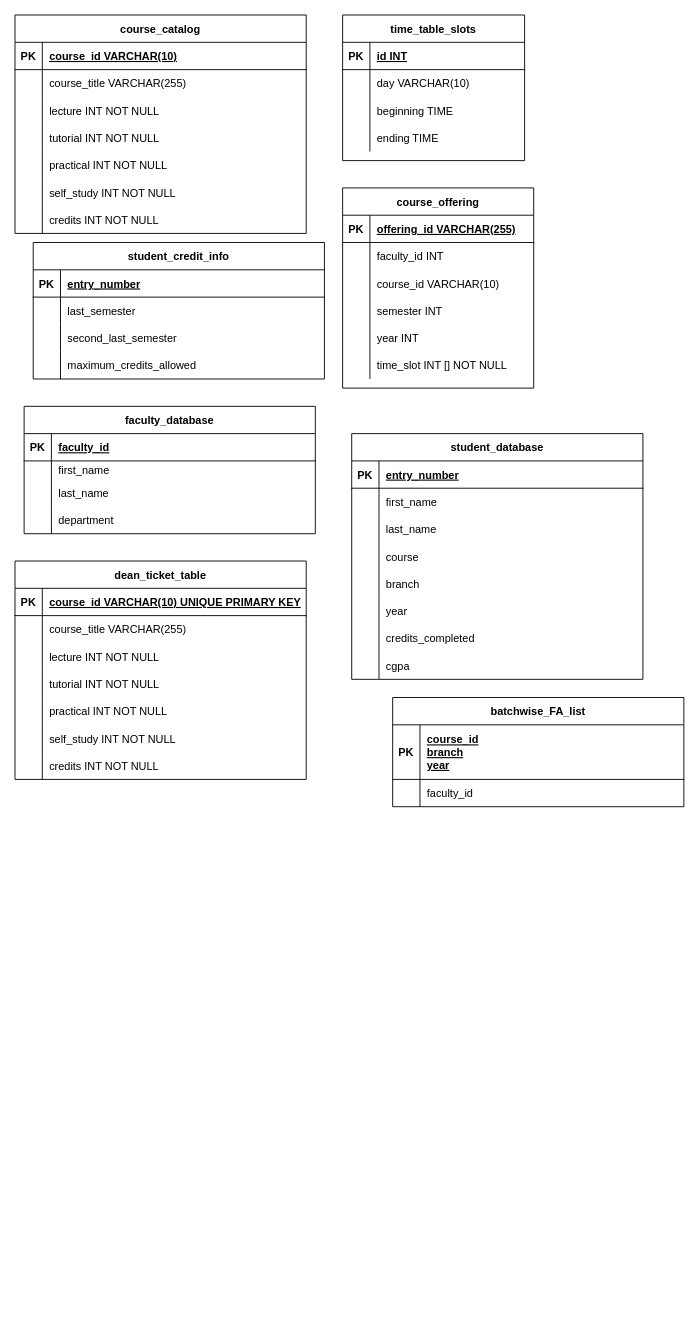
This is Untitled Diagram.drawio from MohitKumar18/AIMS-Clone, a draw.io file, before an edit. Source tidied: cells renumbered, new cells numbered last; positions are measured from the earlier drawing's top-left corner, leaving out a move shared by most shapes. Both pictures are drawn from the tidied source at 91%, with x=0, y=0 at pixel (15, 15).
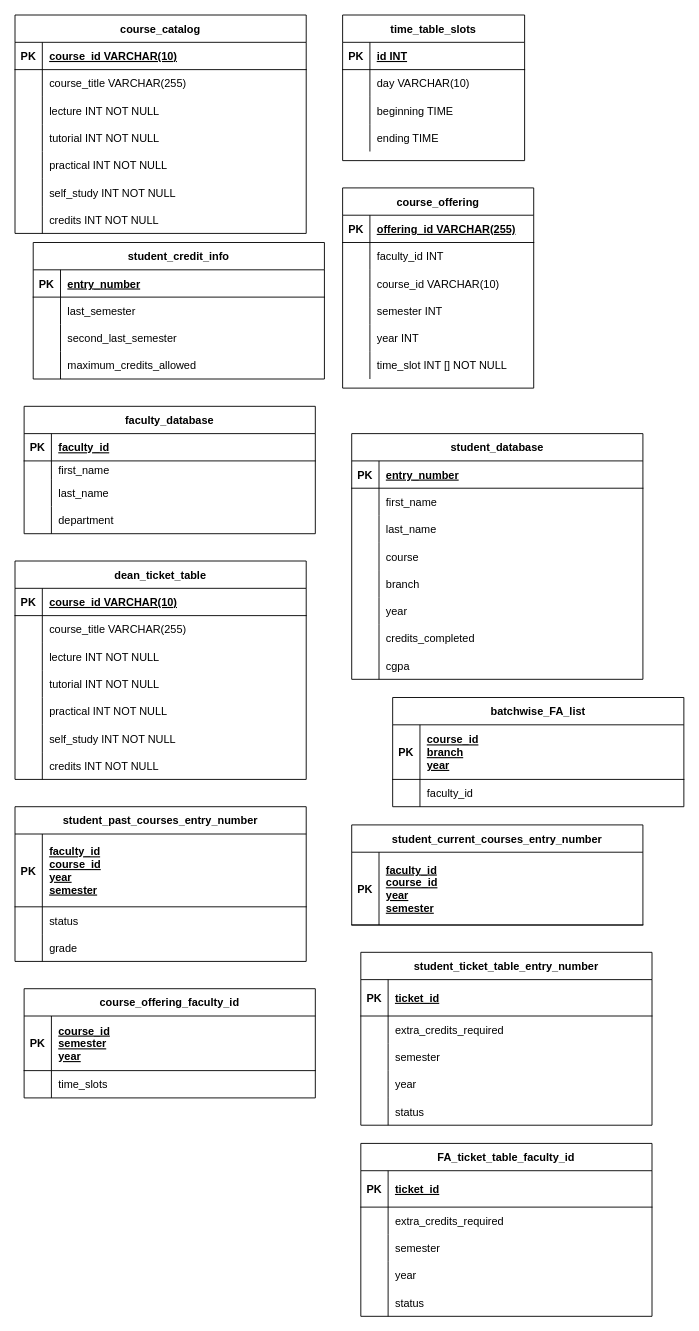
The same diagram, later.

Commit message:
adding dynamic tables

The change refers to these unchanged cells:
```xml
<mxCell id="115" style="shape=partialRectangle;fillColor=none;top=0;left=0;right=0;bottom=1;" parent="114" vertex="1">
  <mxGeometry y="30" width="320" height="30" as="geometry" />
</mxCell>
```

Change to the diagram source:
```diff
@@
-    <mxCell id="117" value="course_id VARCHAR(10) UNIQUE PRIMARY KEY" style="shape=partialRectangle;overflow=hidden;fillColor=none;top=0;left=0;bottom=0;right=0;align=left;spacingLeft=6;fontStyle=5;" parent="115" vertex="1">
+    <mxCell id="117" value="course_id VARCHAR(10)" style="shape=partialRectangle;overflow=hidden;fillColor=none;top=0;left=0;bottom=0;right=0;align=left;spacingLeft=6;fontStyle=5;" parent="115" vertex="1">
       <mxGeometry x="30" width="290" height="30" as="geometry" />
     </mxCell>
@@
+    <mxCell id="136" value="student_past_courses_entry_number" style="shape=table;startSize=30;childLayout=tableLayout;rowLines=0;fontStyle=1;align=center;" parent="1" vertex="1">
+      <mxGeometry y="870" width="320" height="170" as="geometry" />
+    </mxCell>
+    <mxCell id="137" style="shape=partialRectangle;fillColor=none;top=0;left=0;right=0;bottom=1;" parent="136" vertex="1">
+      <mxGeometry y="30" width="320" height="80" as="geometry" />
+    </mxCell>
+    <mxCell id="138" value="PK" style="shape=partialRectangle;overflow=hidden;fillColor=none;top=0;left=0;bottom=0;right=0;fontStyle=1;" parent="137" vertex="1">
+      <mxGeometry width="30" height="80" as="geometry" />
+    </mxCell>
+    <mxCell id="139" value="faculty_id&#10;course_id&#10;year&#10;semester" style="shape=partialRectangle;overflow=hidden;fillColor=none;top=0;left=0;bottom=0;right=0;align=left;spacingLeft=6;fontStyle=5;" parent="137" vertex="1">
+      <mxGeometry x="30" width="290" height="80" as="geometry" />
+    </mxCell>
+    <mxCell id="140" style="shape=partialRectangle;fillColor=none;top=0;left=0;right=0;bottom=0;" parent="136" vertex="1">
+      <mxGeometry y="110" width="320" height="30" as="geometry" />
+    </mxCell>
+    <mxCell id="141" style="shape=partialRectangle;overflow=hidden;fillColor=none;top=0;left=0;bottom=0;right=0;" parent="140" vertex="1">
+      <mxGeometry width="30" height="30" as="geometry" />
+    </mxCell>
+    <mxCell id="142" value="status" style="shape=partialRectangle;overflow=hidden;fillColor=none;top=0;left=0;bottom=0;right=0;align=left;spacingLeft=6;" parent="140" vertex="1">
+      <mxGeometry x="30" width="290" height="30" as="geometry" />
+    </mxCell>
+    <mxCell id="143" style="shape=partialRectangle;fillColor=none;top=0;left=0;right=0;bottom=0;" parent="136" vertex="1">
+      <mxGeometry y="140" width="320" height="30" as="geometry" />
+    </mxCell>
+    <mxCell id="144" style="shape=partialRectangle;overflow=hidden;fillColor=none;top=0;left=0;bottom=0;right=0;" parent="143" vertex="1">
+      <mxGeometry width="30" height="30" as="geometry" />
+    </mxCell>
+    <mxCell id="145" value="grade" style="shape=partialRectangle;overflow=hidden;fillColor=none;top=0;left=0;bottom=0;right=0;align=left;spacingLeft=6;" parent="143" vertex="1">
+      <mxGeometry x="30" width="290" height="30" as="geometry" />
+    </mxCell>
+    <mxCell id="146" value="student_current_courses_entry_number" style="shape=table;startSize=30;childLayout=tableLayout;rowLines=0;fontStyle=1;align=center;" parent="1" vertex="1">
+      <mxGeometry x="370" y="890" width="320" height="110" as="geometry" />
+    </mxCell>
+    <mxCell id="147" style="shape=partialRectangle;fillColor=none;top=0;left=0;right=0;bottom=1;" parent="146" vertex="1">
+      <mxGeometry y="30" width="320" height="80" as="geometry" />
+    </mxCell>
+    <mxCell id="148" value="PK" style="shape=partialRectangle;overflow=hidden;fillColor=none;top=0;left=0;bottom=0;right=0;fontStyle=1;" parent="147" vertex="1">
+      <mxGeometry width="30" height="80" as="geometry" />
+    </mxCell>
+    <mxCell id="149" value="faculty_id&#10;course_id&#10;year&#10;semester" style="shape=partialRectangle;overflow=hidden;fillColor=none;top=0;left=0;bottom=0;right=0;align=left;spacingLeft=6;fontStyle=5;" parent="147" vertex="1">
+      <mxGeometry x="30" width="290" height="80" as="geometry" />
+    </mxCell>
+    <mxCell id="150" value="student_ticket_table_entry_number" style="shape=table;startSize=30;childLayout=tableLayout;rowLines=0;fontStyle=1;align=center;" parent="1" vertex="1">
+      <mxGeometry x="380" y="1030" width="320" height="190" as="geometry" />
+    </mxCell>
+    <mxCell id="151" style="shape=partialRectangle;fillColor=none;top=0;left=0;right=0;bottom=1;" parent="150" vertex="1">
+      <mxGeometry y="30" width="320" height="40" as="geometry" />
+    </mxCell>
+    <mxCell id="152" value="PK" style="shape=partialRectangle;overflow=hidden;fillColor=none;top=0;left=0;bottom=0;right=0;fontStyle=1;" parent="151" vertex="1">
+      <mxGeometry width="30" height="40" as="geometry" />
+    </mxCell>
+    <mxCell id="153" value="ticket_id" style="shape=partialRectangle;overflow=hidden;fillColor=none;top=0;left=0;bottom=0;right=0;align=left;spacingLeft=6;fontStyle=5;" parent="151" vertex="1">
+      <mxGeometry x="30" width="290" height="40" as="geometry" />
+    </mxCell>
+    <mxCell id="154" style="shape=partialRectangle;fillColor=none;top=0;left=0;right=0;bottom=0;" parent="150" vertex="1">
+      <mxGeometry y="70" width="320" height="30" as="geometry" />
+    </mxCell>
+    <mxCell id="155" style="shape=partialRectangle;overflow=hidden;fillColor=none;top=0;left=0;bottom=0;right=0;" parent="154" vertex="1">
+      <mxGeometry width="30" height="30" as="geometry" />
+    </mxCell>
+    <mxCell id="156" value="extra_credits_required" style="shape=partialRectangle;overflow=hidden;fillColor=none;top=0;left=0;bottom=0;right=0;align=left;spacingLeft=6;" parent="154" vertex="1">
+      <mxGeometry x="30" width="290" height="30" as="geometry" />
+    </mxCell>
+    <mxCell id="157" style="shape=partialRectangle;fillColor=none;top=0;left=0;right=0;bottom=0;" parent="150" vertex="1">
+      <mxGeometry y="100" width="320" height="30" as="geometry" />
+    </mxCell>
+    <mxCell id="158" style="shape=partialRectangle;overflow=hidden;fillColor=none;top=0;left=0;bottom=0;right=0;" parent="157" vertex="1">
+      <mxGeometry width="30" height="30" as="geometry" />
+    </mxCell>
+    <mxCell id="159" value="semester" style="shape=partialRectangle;overflow=hidden;fillColor=none;top=0;left=0;bottom=0;right=0;align=left;spacingLeft=6;" parent="157" vertex="1">
+      <mxGeometry x="30" width="290" height="30" as="geometry" />
+    </mxCell>
+    <mxCell id="160" style="shape=partialRectangle;fillColor=none;top=0;left=0;right=0;bottom=0;" parent="150" vertex="1">
+      <mxGeometry y="130" width="320" height="30" as="geometry" />
+    </mxCell>
+    <mxCell id="161" style="shape=partialRectangle;overflow=hidden;fillColor=none;top=0;left=0;bottom=0;right=0;" parent="160" vertex="1">
+      <mxGeometry width="30" height="30" as="geometry" />
+    </mxCell>
+    <mxCell id="162" value="year" style="shape=partialRectangle;overflow=hidden;fillColor=none;top=0;left=0;bottom=0;right=0;align=left;spacingLeft=6;" parent="160" vertex="1">
+      <mxGeometry x="30" width="290" height="30" as="geometry" />
+    </mxCell>
+    <mxCell id="163" style="shape=partialRectangle;fillColor=none;top=0;left=0;right=0;bottom=0;" parent="150" vertex="1">
+      <mxGeometry y="160" width="320" height="30" as="geometry" />
+    </mxCell>
+    <mxCell id="164" style="shape=partialRectangle;overflow=hidden;fillColor=none;top=0;left=0;bottom=0;right=0;" parent="163" vertex="1">
+      <mxGeometry width="30" height="30" as="geometry" />
+    </mxCell>
+    <mxCell id="165" value="status" style="shape=partialRectangle;overflow=hidden;fillColor=none;top=0;left=0;bottom=0;right=0;align=left;spacingLeft=6;" parent="163" vertex="1">
+      <mxGeometry x="30" width="290" height="30" as="geometry" />
+    </mxCell>
+    <mxCell id="166" value="course_offering_faculty_id" style="shape=table;startSize=30;childLayout=tableLayout;rowLines=0;fontStyle=1;align=center;" parent="1" vertex="1">
+      <mxGeometry x="10" y="1070" width="320" height="120" as="geometry" />
+    </mxCell>
+    <mxCell id="167" style="shape=partialRectangle;fillColor=none;top=0;left=0;right=0;bottom=1;" parent="166" vertex="1">
+      <mxGeometry y="30" width="320" height="60" as="geometry" />
+    </mxCell>
+    <mxCell id="168" value="PK" style="shape=partialRectangle;overflow=hidden;fillColor=none;top=0;left=0;bottom=0;right=0;fontStyle=1;" parent="167" vertex="1">
+      <mxGeometry width="30" height="60" as="geometry" />
+    </mxCell>
+    <mxCell id="169" value="course_id&#10;semester&#10;year" style="shape=partialRectangle;overflow=hidden;fillColor=none;top=0;left=0;bottom=0;right=0;align=left;spacingLeft=6;fontStyle=5;" parent="167" vertex="1">
+      <mxGeometry x="30" width="290" height="60" as="geometry" />
+    </mxCell>
+    <mxCell id="170" style="shape=partialRectangle;fillColor=none;top=0;left=0;right=0;bottom=0;" parent="166" vertex="1">
+      <mxGeometry y="90" width="320" height="30" as="geometry" />
+    </mxCell>
+    <mxCell id="171" style="shape=partialRectangle;overflow=hidden;fillColor=none;top=0;left=0;bottom=0;right=0;" parent="170" vertex="1">
+      <mxGeometry width="30" height="30" as="geometry" />
+    </mxCell>
+    <mxCell id="172" value="time_slots" style="shape=partialRectangle;overflow=hidden;fillColor=none;top=0;left=0;bottom=0;right=0;align=left;spacingLeft=6;" parent="170" vertex="1">
+      <mxGeometry x="30" width="290" height="30" as="geometry" />
+    </mxCell>
+    <mxCell id="173" value="FA_ticket_table_faculty_id" style="shape=table;startSize=30;childLayout=tableLayout;rowLines=0;fontStyle=1;align=center;" parent="1" vertex="1">
+      <mxGeometry x="380" y="1240" width="320" height="190" as="geometry" />
+    </mxCell>
+    <mxCell id="174" style="shape=partialRectangle;fillColor=none;top=0;left=0;right=0;bottom=1;" parent="173" vertex="1">
+      <mxGeometry y="30" width="320" height="40" as="geometry" />
+    </mxCell>
+    <mxCell id="175" value="PK" style="shape=partialRectangle;overflow=hidden;fillColor=none;top=0;left=0;bottom=0;right=0;fontStyle=1;" parent="174" vertex="1">
+      <mxGeometry width="30" height="40" as="geometry" />
+    </mxCell>
+    <mxCell id="176" value="ticket_id" style="shape=partialRectangle;overflow=hidden;fillColor=none;top=0;left=0;bottom=0;right=0;align=left;spacingLeft=6;fontStyle=5;" parent="174" vertex="1">
+      <mxGeometry x="30" width="290" height="40" as="geometry" />
+    </mxCell>
+    <mxCell id="177" style="shape=partialRectangle;fillColor=none;top=0;left=0;right=0;bottom=0;" parent="173" vertex="1">
+      <mxGeometry y="70" width="320" height="30" as="geometry" />
+    </mxCell>
+    <mxCell id="178" style="shape=partialRectangle;overflow=hidden;fillColor=none;top=0;left=0;bottom=0;right=0;" parent="177" vertex="1">
+      <mxGeometry width="30" height="30" as="geometry" />
+    </mxCell>
+    <mxCell id="179" value="extra_credits_required" style="shape=partialRectangle;overflow=hidden;fillColor=none;top=0;left=0;bottom=0;right=0;align=left;spacingLeft=6;" parent="177" vertex="1">
+      <mxGeometry x="30" width="290" height="30" as="geometry" />
+    </mxCell>
+    <mxCell id="180" style="shape=partialRectangle;fillColor=none;top=0;left=0;right=0;bottom=0;" parent="173" vertex="1">
+      <mxGeometry y="100" width="320" height="30" as="geometry" />
+    </mxCell>
+    <mxCell id="181" style="shape=partialRectangle;overflow=hidden;fillColor=none;top=0;left=0;bottom=0;right=0;" parent="180" vertex="1">
+      <mxGeometry width="30" height="30" as="geometry" />
+    </mxCell>
+    <mxCell id="182" value="semester" style="shape=partialRectangle;overflow=hidden;fillColor=none;top=0;left=0;bottom=0;right=0;align=left;spacingLeft=6;" parent="180" vertex="1">
+      <mxGeometry x="30" width="290" height="30" as="geometry" />
+    </mxCell>
+    <mxCell id="183" style="shape=partialRectangle;fillColor=none;top=0;left=0;right=0;bottom=0;" parent="173" vertex="1">
+      <mxGeometry y="130" width="320" height="30" as="geometry" />
+    </mxCell>
+    <mxCell id="184" style="shape=partialRectangle;overflow=hidden;fillColor=none;top=0;left=0;bottom=0;right=0;" parent="183" vertex="1">
+      <mxGeometry width="30" height="30" as="geometry" />
+    </mxCell>
+    <mxCell id="185" value="year" style="shape=partialRectangle;overflow=hidden;fillColor=none;top=0;left=0;bottom=0;right=0;align=left;spacingLeft=6;" parent="183" vertex="1">
+      <mxGeometry x="30" width="290" height="30" as="geometry" />
+    </mxCell>
+    <mxCell id="186" style="shape=partialRectangle;fillColor=none;top=0;left=0;right=0;bottom=0;" parent="173" vertex="1">
+      <mxGeometry y="160" width="320" height="30" as="geometry" />
+    </mxCell>
+    <mxCell id="187" style="shape=partialRectangle;overflow=hidden;fillColor=none;top=0;left=0;bottom=0;right=0;" parent="186" vertex="1">
+      <mxGeometry width="30" height="30" as="geometry" />
+    </mxCell>
+    <mxCell id="188" value="status" style="shape=partialRectangle;overflow=hidden;fillColor=none;top=0;left=0;bottom=0;right=0;align=left;spacingLeft=6;" parent="186" vertex="1">
+      <mxGeometry x="30" width="290" height="30" as="geometry" />
+    </mxCell>
```
